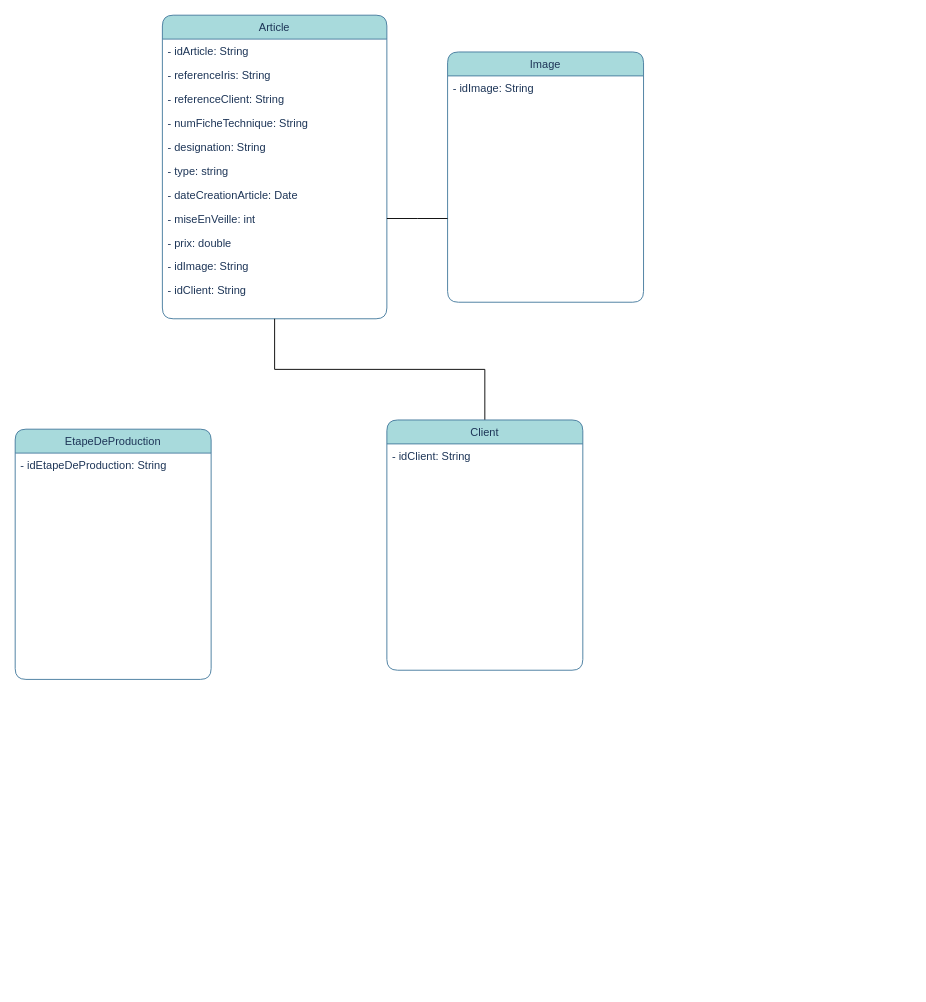
Earlier version of the draw.io diagram page "DiagrammeDeClasse" (1 of 2) of GestionStock.drawio (AbdelazizBs/GPAO-SpringApp). Source tidied: cells renumbered, new cells numbered last; positions are measured from the earlier drawing's top-left corner, leaving out a move shared by most shapes. Both pictures are drawn from the tidied source at 92%, with x=0, y=0 at pixel (15, 15).
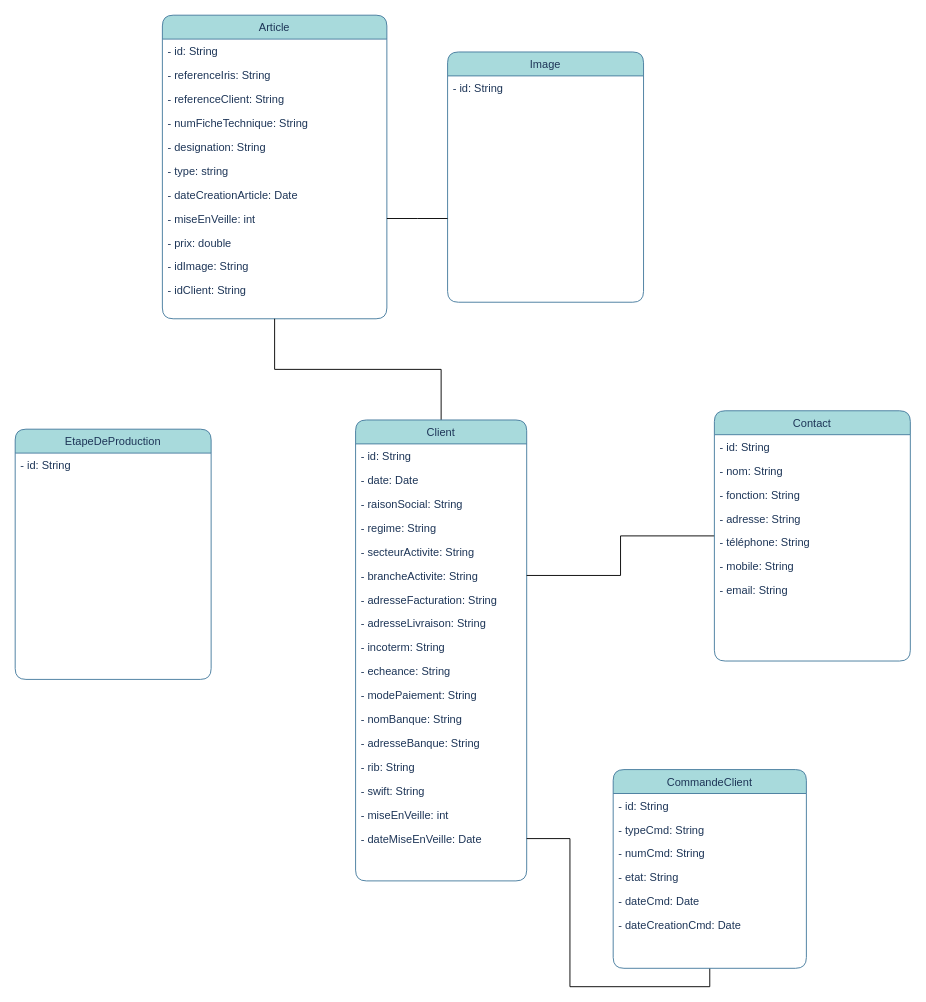
The same page after the edit.

Unchanged cells that the change refers to:
```xml
<mxCell id="2" value="Article" style="swimlane;fontStyle=0;align=center;verticalAlign=top;horizontal=1;startSize=26;rounded=1;shadow=0;strokeWidth=1;fillColor=#A8DADC;strokeColor=#457B9D;fontColor=#1D3557;" parent="1" vertex="1">
  <mxGeometry x="160" width="244" height="330" as="geometry" />
</mxCell>
<mxCell id="14" value="Image" style="swimlane;fontStyle=0;align=center;verticalAlign=top;horizontal=1;startSize=26;rounded=1;shadow=0;strokeWidth=1;fillColor=#A8DADC;strokeColor=#457B9D;fontColor=#1D3557;" parent="1" vertex="1">
  <mxGeometry x="470" y="40" width="213" height="272" as="geometry" />
</mxCell>
<mxCell id="19" value="EtapeDeProduction" style="swimlane;fontStyle=0;align=center;verticalAlign=top;horizontal=1;startSize=26;rounded=1;shadow=0;strokeWidth=1;fillColor=#A8DADC;strokeColor=#457B9D;fontColor=#1D3557;" parent="1" vertex="1">
  <mxGeometry y="450" width="213" height="272" as="geometry" />
</mxCell>
```

Diff of the diagram source:
```diff
@@
-    <mxCell id="3" value="- idArticle: String" style="text;strokeColor=none;fillColor=none;align=left;verticalAlign=top;spacingLeft=4;spacingRight=4;overflow=hidden;rounded=0;sketch=0;fontColor=#1D3557;" parent="2" vertex="1">
+    <mxCell id="3" value="- id: String" style="text;strokeColor=none;fillColor=none;align=left;verticalAlign=top;spacingLeft=4;spacingRight=4;overflow=hidden;rounded=0;sketch=0;fontColor=#1D3557;" parent="2" vertex="1">
       <mxGeometry y="26" width="244" height="26" as="geometry" />
     </mxCell>
@@
-    <mxCell id="15" value="- idImage: String" style="text;strokeColor=none;fillColor=none;align=left;verticalAlign=top;spacingLeft=4;spacingRight=4;overflow=hidden;rounded=0;sketch=0;fontColor=#1D3557;" parent="14" vertex="1">
+    <mxCell id="15" value="- id: String" style="text;strokeColor=none;fillColor=none;align=left;verticalAlign=top;spacingLeft=4;spacingRight=4;overflow=hidden;rounded=0;sketch=0;fontColor=#1D3557;" parent="14" vertex="1">
       <mxGeometry y="26" width="213" height="26" as="geometry" />
     </mxCell>
-    <mxCell id="16" style="edgeStyle=orthogonalEdgeStyle;rounded=0;jettySize=auto;html=1;entryX=0.5;entryY=1;entryDx=0;entryDy=0;endArrow=none;endFill=0;" parent="1" edge="1" source="17" target="2">
+    <mxCell id="16" style="edgeStyle=orthogonalEdgeStyle;rounded=0;jettySize=auto;html=1;entryX=0.5;entryY=1;entryDx=0;entryDy=0;endArrow=none;endFill=0;exitX=0.5;exitY=0;exitDx=0;exitDy=0;" parent="1" edge="1" source="17" target="2">
       <mxGeometry relative="1" as="geometry" />
     </mxCell>
-    <mxCell id="17" value="Client" style="swimlane;fontStyle=0;align=center;verticalAlign=top;horizontal=1;startSize=26;rounded=1;shadow=0;strokeWidth=1;fillColor=#A8DADC;strokeColor=#457B9D;fontColor=#1D3557;" parent="1" vertex="1">
-      <mxGeometry x="404" y="440" width="213" height="272" as="geometry" />
-    </mxCell>
-    <mxCell id="18" value="- idClient: String" style="text;strokeColor=none;fillColor=none;align=left;verticalAlign=top;spacingLeft=4;spacingRight=4;overflow=hidden;rounded=0;sketch=0;fontColor=#1D3557;" parent="17" vertex="1">
-      <mxGeometry y="26" width="213" height="26" as="geometry" />
-    </mxCell>
@@
-    <mxCell id="20" value="- idEtapeDeProduction: String" style="text;strokeColor=none;fillColor=none;align=left;verticalAlign=top;spacingLeft=4;spacingRight=4;overflow=hidden;rounded=0;sketch=0;fontColor=#1D3557;" parent="19" vertex="1">
+    <mxCell id="20" value="- id: String" style="text;strokeColor=none;fillColor=none;align=left;verticalAlign=top;spacingLeft=4;spacingRight=4;overflow=hidden;rounded=0;sketch=0;fontColor=#1D3557;" parent="19" vertex="1">
       <mxGeometry y="26" width="213" height="26" as="geometry" />
     </mxCell>
@@
+    <mxCell id="17" value="Client" style="swimlane;fontStyle=0;align=center;verticalAlign=top;horizontal=1;startSize=26;rounded=1;shadow=0;strokeWidth=1;fillColor=#A8DADC;strokeColor=#457B9D;fontColor=#1D3557;" parent="1" vertex="1">
+      <mxGeometry x="370" y="440" width="186" height="501" as="geometry" />
+    </mxCell>
+    <mxCell id="22" value="- id: String" style="text;strokeColor=none;fillColor=none;align=left;verticalAlign=top;spacingLeft=4;spacingRight=4;overflow=hidden;rounded=0;sketch=0;fontColor=#1D3557;" parent="17" vertex="1">
+      <mxGeometry y="26" width="186" height="26" as="geometry" />
+    </mxCell>
+    <mxCell id="23" value="- date: Date" style="text;strokeColor=none;fillColor=none;align=left;verticalAlign=top;spacingLeft=4;spacingRight=4;overflow=hidden;rounded=0;sketch=0;fontColor=#1D3557;" parent="17" vertex="1">
+      <mxGeometry y="52" width="186" height="26" as="geometry" />
+    </mxCell>
+    <mxCell id="24" value="- raisonSocial: String" style="text;strokeColor=none;fillColor=none;align=left;verticalAlign=top;spacingLeft=4;spacingRight=4;overflow=hidden;rounded=0;sketch=0;fontColor=#1D3557;" parent="17" vertex="1">
+      <mxGeometry y="78" width="186" height="26" as="geometry" />
+    </mxCell>
+    <mxCell id="25" value="- regime: String" style="text;strokeColor=none;fillColor=none;align=left;verticalAlign=top;spacingLeft=4;spacingRight=4;overflow=hidden;rounded=0;sketch=0;fontColor=#1D3557;" parent="17" vertex="1">
+      <mxGeometry y="104" width="186" height="26" as="geometry" />
+    </mxCell>
+    <mxCell id="26" value="- secteurActivite: String" style="text;strokeColor=none;fillColor=none;align=left;verticalAlign=top;spacingLeft=4;spacingRight=4;overflow=hidden;rounded=0;sketch=0;fontColor=#1D3557;" parent="17" vertex="1">
+      <mxGeometry y="130" width="186" height="26" as="geometry" />
+    </mxCell>
+    <mxCell id="27" value="- brancheActivite: String" style="text;strokeColor=none;fillColor=none;align=left;verticalAlign=top;spacingLeft=4;spacingRight=4;overflow=hidden;points=[[0,0.5],[1,0.5]];portConstraint=eastwest;rounded=0;sketch=0;fontColor=#1D3557;" parent="17" vertex="1">
+      <mxGeometry y="156" width="186" height="26" as="geometry" />
+    </mxCell>
+    <mxCell id="28" value="- adresseFacturation: String" style="text;strokeColor=none;fillColor=none;align=left;verticalAlign=top;spacingLeft=4;spacingRight=4;overflow=hidden;rounded=0;sketch=0;fontColor=#1D3557;" parent="17" vertex="1">
+      <mxGeometry y="182" width="186" height="26" as="geometry" />
+    </mxCell>
+    <mxCell id="29" value="- adresseLivraison: String" style="text;strokeColor=none;fillColor=none;align=left;verticalAlign=top;spacingLeft=4;spacingRight=4;overflow=hidden;rounded=0;sketch=0;fontColor=#1D3557;" parent="17" vertex="1">
+      <mxGeometry y="208" width="186" height="26" as="geometry" />
+    </mxCell>
+    <mxCell id="30" value="- incoterm: String" style="text;strokeColor=none;fillColor=none;align=left;verticalAlign=top;spacingLeft=4;spacingRight=4;overflow=hidden;rounded=0;sketch=0;fontColor=#1D3557;" parent="17" vertex="1">
+      <mxGeometry y="234" width="186" height="26" as="geometry" />
+    </mxCell>
+    <mxCell id="31" value="- echeance: String" style="text;strokeColor=none;fillColor=none;align=left;verticalAlign=top;spacingLeft=4;spacingRight=4;overflow=hidden;rounded=0;sketch=0;fontColor=#1D3557;" parent="17" vertex="1">
+      <mxGeometry y="260" width="186" height="26" as="geometry" />
+    </mxCell>
+    <mxCell id="32" value="- modePaiement: String" style="text;strokeColor=none;fillColor=none;align=left;verticalAlign=top;spacingLeft=4;spacingRight=4;overflow=hidden;rounded=0;sketch=0;fontColor=#1D3557;" parent="17" vertex="1">
+      <mxGeometry y="286" width="186" height="26" as="geometry" />
+    </mxCell>
+    <mxCell id="33" value="- nomBanque: String" style="text;strokeColor=none;fillColor=none;align=left;verticalAlign=top;spacingLeft=4;spacingRight=4;overflow=hidden;rounded=0;sketch=0;fontColor=#1D3557;" parent="17" vertex="1">
+      <mxGeometry y="312" width="186" height="26" as="geometry" />
+    </mxCell>
+    <mxCell id="34" value="- adresseBanque: String" style="text;strokeColor=none;fillColor=none;align=left;verticalAlign=top;spacingLeft=4;spacingRight=4;overflow=hidden;rounded=0;sketch=0;fontColor=#1D3557;" parent="17" vertex="1">
+      <mxGeometry y="338" width="186" height="26" as="geometry" />
+    </mxCell>
+    <mxCell id="35" value="- rib: String" style="text;strokeColor=none;fillColor=none;align=left;verticalAlign=top;spacingLeft=4;spacingRight=4;overflow=hidden;rounded=0;sketch=0;fontColor=#1D3557;" parent="17" vertex="1">
+      <mxGeometry y="364" width="186" height="26" as="geometry" />
+    </mxCell>
+    <mxCell id="36" value="- swift: String" style="text;strokeColor=none;fillColor=none;align=left;verticalAlign=top;spacingLeft=4;spacingRight=4;overflow=hidden;rounded=0;sketch=0;fontColor=#1D3557;" parent="17" vertex="1">
+      <mxGeometry y="390" width="186" height="26" as="geometry" />
+    </mxCell>
+    <mxCell id="37" value="- miseEnVeille: int" style="text;strokeColor=none;fillColor=none;align=left;verticalAlign=top;spacingLeft=4;spacingRight=4;overflow=hidden;rounded=0;sketch=0;fontColor=#1D3557;" parent="17" vertex="1">
+      <mxGeometry y="416" width="186" height="26" as="geometry" />
+    </mxCell>
+    <mxCell id="38" value="- dateMiseEnVeille: Date" style="text;strokeColor=none;fillColor=none;align=left;verticalAlign=top;spacingLeft=4;spacingRight=4;overflow=hidden;points=[[0,0.5],[1,0.5]];portConstraint=eastwest;rounded=0;sketch=0;fontColor=#1D3557;" parent="17" vertex="1">
+      <mxGeometry y="442" width="186" height="26" as="geometry" />
+    </mxCell>
+    <mxCell id="39" style="edgeStyle=orthogonalEdgeStyle;rounded=0;jettySize=auto;html=1;exitX=0;exitY=0.5;exitDx=0;exitDy=0;endArrow=none;endFill=0;" parent="1" edge="1" source="40" target="27">
+      <mxGeometry relative="1" as="geometry" />
+    </mxCell>
+    <mxCell id="40" value="Contact" style="swimlane;fontStyle=0;align=center;verticalAlign=top;horizontal=1;startSize=26;rounded=1;shadow=0;strokeWidth=1;fillColor=#A8DADC;strokeColor=#457B9D;fontColor=#1D3557;" parent="1" vertex="1">
+      <mxGeometry x="760" y="430" width="213" height="272" as="geometry" />
+    </mxCell>
+    <mxCell id="41" value="- id: String" style="text;strokeColor=none;fillColor=none;align=left;verticalAlign=top;spacingLeft=4;spacingRight=4;overflow=hidden;rounded=0;sketch=0;fontColor=#1D3557;" parent="40" vertex="1">
+      <mxGeometry y="26" width="213" height="26" as="geometry" />
+    </mxCell>
+    <mxCell id="42" value="- nom: String" style="text;strokeColor=none;fillColor=none;align=left;verticalAlign=top;spacingLeft=4;spacingRight=4;overflow=hidden;rounded=0;sketch=0;fontColor=#1D3557;" parent="40" vertex="1">
+      <mxGeometry y="52" width="213" height="26" as="geometry" />
+    </mxCell>
+    <mxCell id="43" value="- fonction: String" style="text;strokeColor=none;fillColor=none;align=left;verticalAlign=top;spacingLeft=4;spacingRight=4;overflow=hidden;rounded=0;sketch=0;fontColor=#1D3557;" parent="40" vertex="1">
+      <mxGeometry y="78" width="213" height="26" as="geometry" />
+    </mxCell>
+    <mxCell id="44" value="- adresse: String" style="text;strokeColor=none;fillColor=none;align=left;verticalAlign=top;spacingLeft=4;spacingRight=4;overflow=hidden;rounded=0;sketch=0;fontColor=#1D3557;" parent="40" vertex="1">
+      <mxGeometry y="104" width="213" height="26" as="geometry" />
+    </mxCell>
+    <mxCell id="45" value="- téléphone: String" style="text;strokeColor=none;fillColor=none;align=left;verticalAlign=top;spacingLeft=4;spacingRight=4;overflow=hidden;rounded=0;sketch=0;fontColor=#1D3557;" parent="40" vertex="1">
+      <mxGeometry y="130" width="213" height="26" as="geometry" />
+    </mxCell>
+    <mxCell id="46" value="- mobile: String" style="text;strokeColor=none;fillColor=none;align=left;verticalAlign=top;spacingLeft=4;spacingRight=4;overflow=hidden;rounded=0;sketch=0;fontColor=#1D3557;" parent="40" vertex="1">
+      <mxGeometry y="156" width="213" height="26" as="geometry" />
+    </mxCell>
+    <mxCell id="47" value="- email: String" style="text;strokeColor=none;fillColor=none;align=left;verticalAlign=top;spacingLeft=4;spacingRight=4;overflow=hidden;rounded=0;sketch=0;fontColor=#1D3557;" parent="40" vertex="1">
+      <mxGeometry y="182" width="213" height="26" as="geometry" />
+    </mxCell>
+    <mxCell id="48" style="edgeStyle=orthogonalEdgeStyle;rounded=0;jettySize=auto;html=1;exitX=0.5;exitY=1;exitDx=0;exitDy=0;endArrow=none;endFill=0;" parent="1" edge="1" source="49" target="38">
+      <mxGeometry relative="1" as="geometry" />
+    </mxCell>
+    <mxCell id="49" value="CommandeClient" style="swimlane;fontStyle=0;align=center;verticalAlign=top;horizontal=1;startSize=26;rounded=1;shadow=0;strokeWidth=1;fillColor=#A8DADC;strokeColor=#457B9D;fontColor=#1D3557;" parent="1" vertex="1">
+      <mxGeometry x="650" y="820" width="210" height="216" as="geometry" />
+    </mxCell>
+    <mxCell id="50" value="- id: String" style="text;strokeColor=none;fillColor=none;align=left;verticalAlign=top;spacingLeft=4;spacingRight=4;overflow=hidden;rounded=0;sketch=0;fontColor=#1D3557;" parent="49" vertex="1">
+      <mxGeometry y="26" width="210" height="26" as="geometry" />
+    </mxCell>
+    <mxCell id="51" value="- typeCmd: String" style="text;strokeColor=none;fillColor=none;align=left;verticalAlign=top;spacingLeft=4;spacingRight=4;overflow=hidden;rounded=0;sketch=0;fontColor=#1D3557;" parent="49" vertex="1">
+      <mxGeometry y="52" width="210" height="26" as="geometry" />
+    </mxCell>
+    <mxCell id="52" value="- numCmd: String" style="text;strokeColor=none;fillColor=none;align=left;verticalAlign=top;spacingLeft=4;spacingRight=4;overflow=hidden;rounded=0;sketch=0;fontColor=#1D3557;" parent="49" vertex="1">
+      <mxGeometry y="78" width="210" height="26" as="geometry" />
+    </mxCell>
+    <mxCell id="53" value="- etat: String" style="text;strokeColor=none;fillColor=none;align=left;verticalAlign=top;spacingLeft=4;spacingRight=4;overflow=hidden;rounded=0;sketch=0;fontColor=#1D3557;" parent="49" vertex="1">
+      <mxGeometry y="104" width="210" height="26" as="geometry" />
+    </mxCell>
+    <mxCell id="54" value="- dateCmd: Date" style="text;strokeColor=none;fillColor=none;align=left;verticalAlign=top;spacingLeft=4;spacingRight=4;overflow=hidden;rounded=0;sketch=0;fontColor=#1D3557;" parent="49" vertex="1">
+      <mxGeometry y="130" width="210" height="26" as="geometry" />
+    </mxCell>
+    <mxCell id="55" value="- dateCreationCmd: Date" style="text;strokeColor=none;fillColor=none;align=left;verticalAlign=top;spacingLeft=4;spacingRight=4;overflow=hidden;rounded=0;sketch=0;fontColor=#1D3557;" parent="49" vertex="1">
+      <mxGeometry y="156" width="210" height="26" as="geometry" />
+    </mxCell>
```
